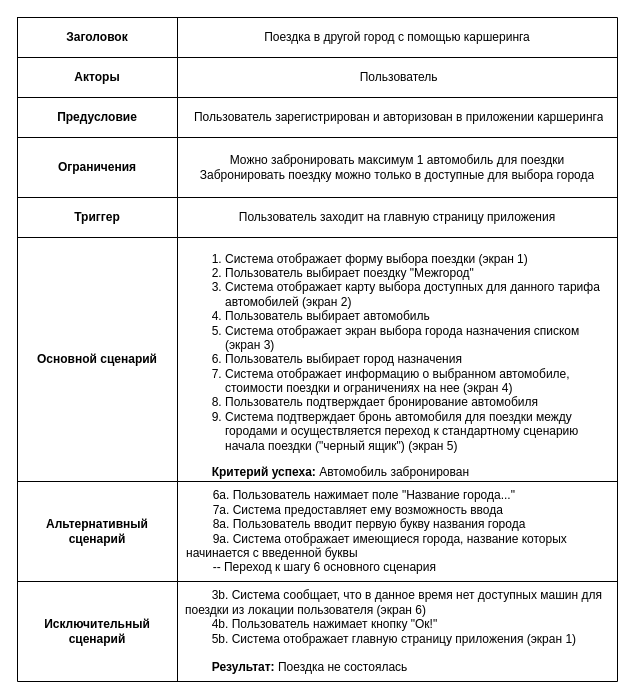
The draw.io diagram Tsaplina_Svetlana/Task_3_Use_Case.drawio in abdullahproff/BSA21_1, before the edit. Source tidied: cells renumbered, new cells numbered last; positions are measured from the earlier drawing's top-left corner, leaving out a move shared by most shapes. Both pictures are drawn from the tidied source at 100%, with x=0, y=0 at pixel (17, 17).
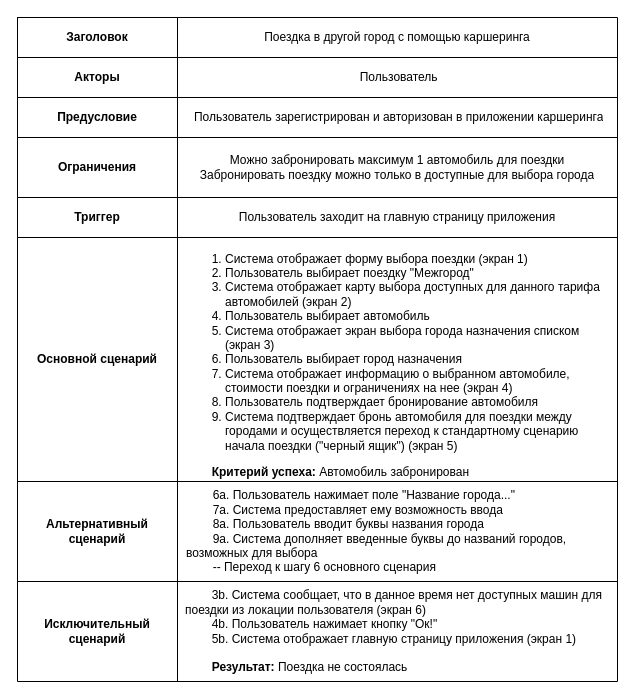
The same page after the edit.

Unchanged cells that the change refers to:
```xml
<mxCell id="21" style="shape=tableRow;horizontal=0;startSize=0;swimlaneHead=0;swimlaneBody=0;strokeColor=inherit;top=0;left=0;bottom=0;right=0;fillColor=none;" parent="2" vertex="1">
  <mxGeometry y="464" width="600" height="100" as="geometry" />
</mxCell>
```

Diff of the diagram source:
```diff
@@
-    <mxCell id="23" value="&lt;span style=&quot;background-color: initial;&quot;&gt;&lt;span style=&quot;white-space: pre;&quot;&gt;&#9;&lt;/span&gt;6а.&amp;nbsp;&lt;/span&gt;&lt;span style=&quot;text-align: center;&quot;&gt;Пользователь&lt;/span&gt;&lt;span style=&quot;background-color: initial;&quot;&gt;&amp;nbsp;нажимает поле &quot;Название города...&quot;&amp;nbsp;&lt;/span&gt;&lt;br&gt;&lt;span style=&quot;background-color: initial;&quot;&gt;&lt;span style=&quot;white-space: pre;&quot;&gt;&#9;&lt;/span&gt;7а. Система предоставляет ему возможность ввода&amp;nbsp;&amp;nbsp;&lt;/span&gt;&lt;span style=&quot;background-color: initial;&quot;&gt;&amp;nbsp;&lt;/span&gt;&lt;br&gt;&lt;span style=&quot;background-color: initial;&quot;&gt;&lt;span style=&quot;white-space: pre;&quot;&gt;&#9;&lt;/span&gt;8а.&amp;nbsp;&lt;/span&gt;&lt;span style=&quot;text-align: center;&quot;&gt;Пользователь&lt;/span&gt;&lt;span style=&quot;background-color: initial;&quot;&gt;&amp;nbsp;вводит первую букву названия города&lt;/span&gt;&lt;div&gt;&lt;span style=&quot;background-color: initial;&quot;&gt;&lt;span style=&quot;white-space: pre;&quot;&gt;&#9;&lt;/span&gt;9а. Система отображает имеющиеся города, название которых начинается с введенной буквы&lt;/span&gt;&lt;/div&gt;&lt;div&gt;&lt;span style=&quot;white-space: pre;&quot;&gt;&#9;&lt;/span&gt;-- Переход к шагу 6 основного сценария&lt;/div&gt;" style="shape=partialRectangle;html=1;whiteSpace=wrap;strokeColor=inherit;overflow=hidden;fillColor=none;top=0;left=0;bottom=0;right=0;align=left;spacingLeft=7;spacingRight=7;" parent="21" vertex="1">
+    <mxCell id="23" value="&lt;span style=&quot;background-color: initial;&quot;&gt;&lt;span style=&quot;white-space: pre;&quot;&gt;&#9;&lt;/span&gt;6а.&amp;nbsp;&lt;/span&gt;&lt;span style=&quot;text-align: center;&quot;&gt;Пользователь&lt;/span&gt;&lt;span style=&quot;background-color: initial;&quot;&gt;&amp;nbsp;нажимает поле &quot;Название города...&quot;&amp;nbsp;&lt;/span&gt;&lt;br&gt;&lt;span style=&quot;background-color: initial;&quot;&gt;&lt;span style=&quot;white-space: pre;&quot;&gt;&#9;&lt;/span&gt;7а. Система предоставляет ему возможность ввода&amp;nbsp;&amp;nbsp;&lt;/span&gt;&lt;span style=&quot;background-color: initial;&quot;&gt;&amp;nbsp;&lt;/span&gt;&lt;br&gt;&lt;span style=&quot;background-color: initial;&quot;&gt;&lt;span style=&quot;white-space: pre;&quot;&gt;&#9;&lt;/span&gt;8а.&amp;nbsp;&lt;/span&gt;&lt;span style=&quot;text-align: center;&quot;&gt;Пользователь&lt;/span&gt;&lt;span style=&quot;background-color: initial;&quot;&gt;&amp;nbsp;вводит буквы названия города&lt;/span&gt;&lt;div&gt;&lt;span style=&quot;background-color: initial;&quot;&gt;&lt;span style=&quot;white-space: pre;&quot;&gt;&#9;&lt;/span&gt;9а. Система дополняет введенные буквы до названий городов, возможных для выбора&amp;nbsp;&lt;/span&gt;&lt;/div&gt;&lt;div&gt;&lt;span style=&quot;white-space: pre;&quot;&gt;&#9;&lt;/span&gt;-- Переход к шагу 6 основного сценария&lt;/div&gt;" style="shape=partialRectangle;html=1;whiteSpace=wrap;strokeColor=inherit;overflow=hidden;fillColor=none;top=0;left=0;bottom=0;right=0;align=left;spacingLeft=7;spacingRight=7;" parent="21" vertex="1">
       <mxGeometry x="160" width="440" height="100" as="geometry" />
     </mxCell>
```
